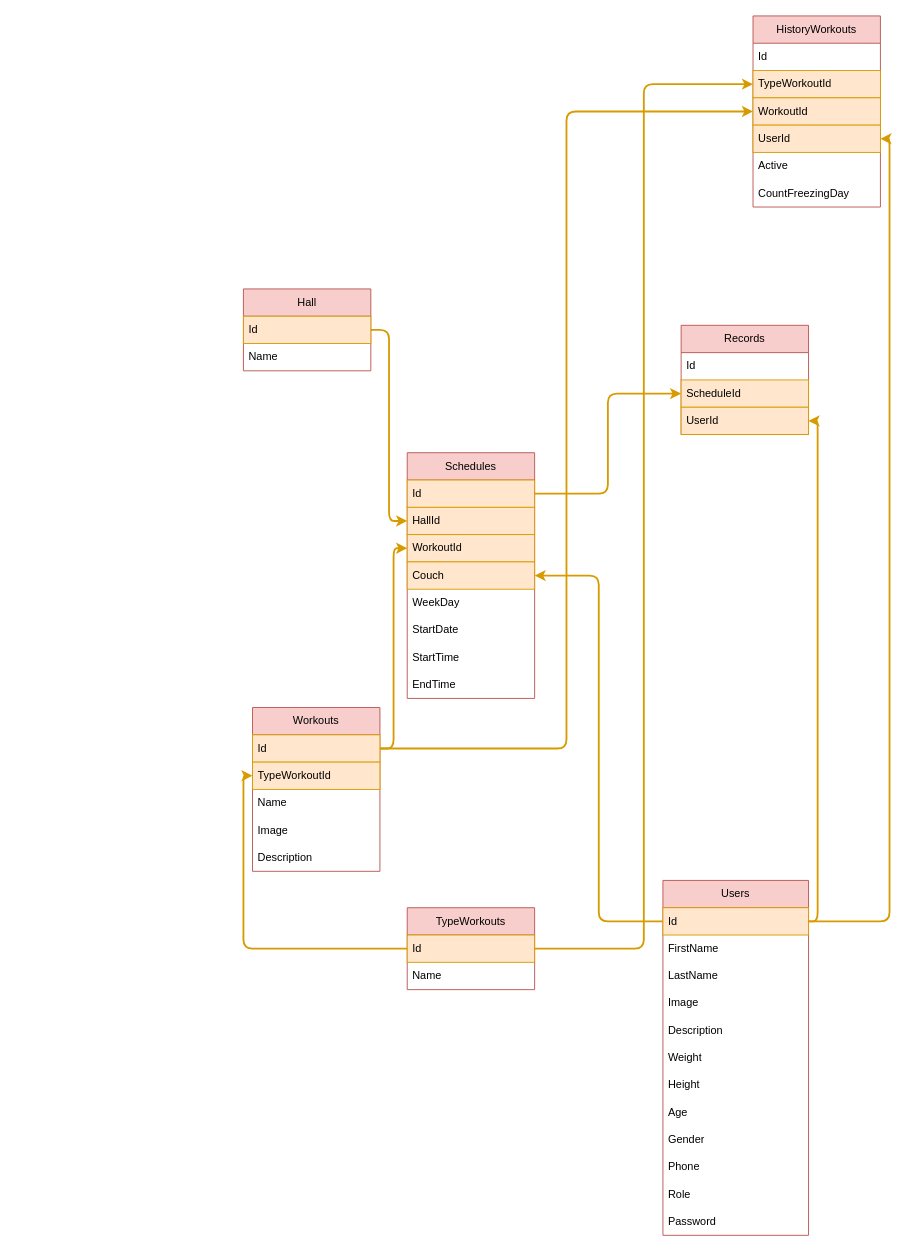
VyacheslavMironov/JALUR_API keeps this draw.io diagram as doc/application.drawio. Above is the earlier version. Source tidied: cells renumbered, new cells numbered last; positions are measured from the earlier drawing's top-left corner, leaving out a move shared by most shapes. Both pictures are drawn from the tidied source at 91%, with x=0, y=0 at pixel (243, 15).
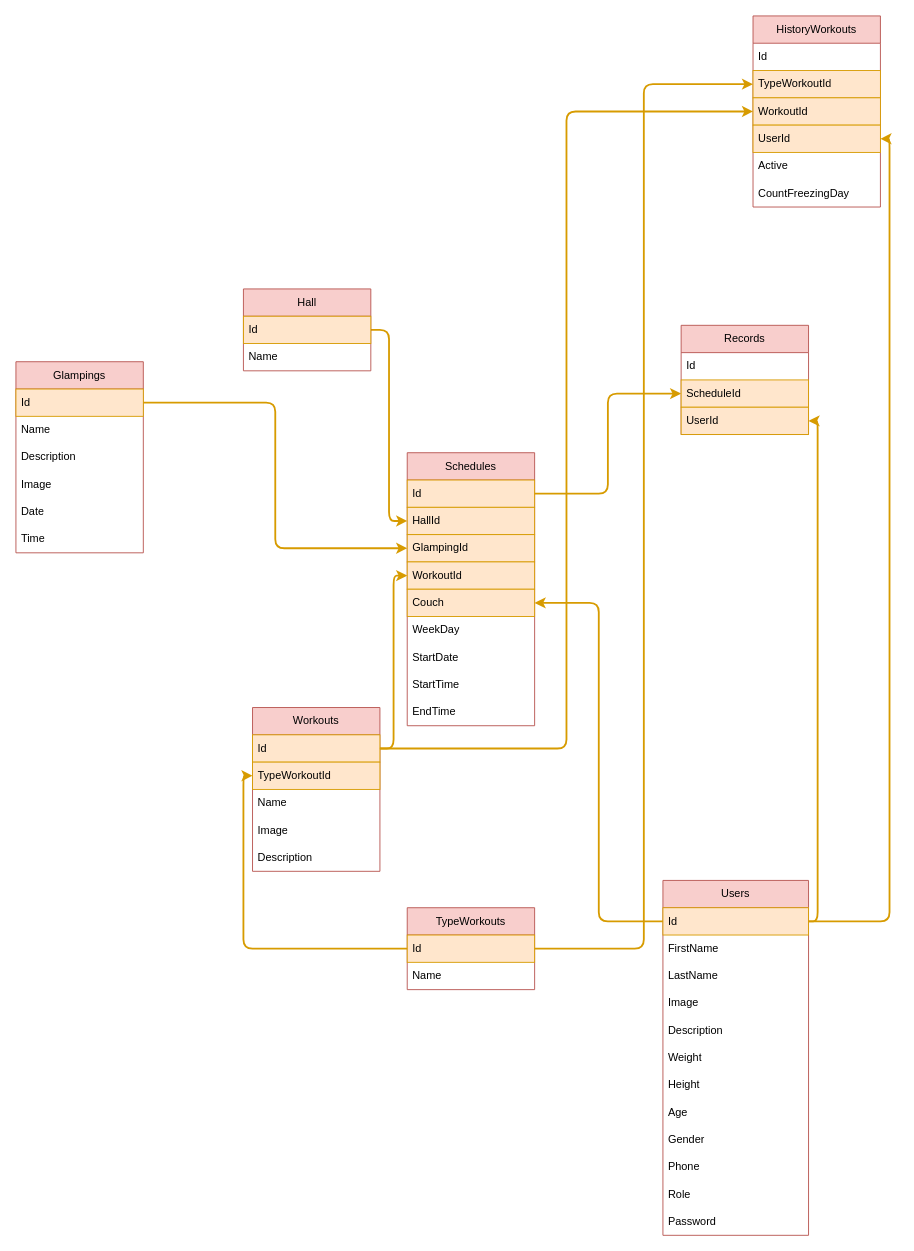
The same diagram, later.

What changed in the source:
```diff
@@
     <mxCell id="18" value="Schedules" style="swimlane;fontStyle=0;horizontal=1;startSize=30;whiteSpace=wrap;html=1;strokeWidth=1;fillColor=#f8cecc;strokeColor=#b85450;" parent="1" vertex="1">
-      <mxGeometry x="180" y="480" width="140" height="270" as="geometry" />
+      <mxGeometry x="180" y="480" width="140" height="300" as="geometry" />
     </mxCell>
@@
+    <mxCell id="56" value="GlampingId" style="text;strokeColor=#d79b00;fillColor=#ffe6cc;align=left;verticalAlign=middle;spacingLeft=4;spacingRight=4;overflow=hidden;points=[[0,0.5],[1,0.5]];portConstraint=eastwest;whiteSpace=wrap;html=1;strokeWidth=1;" parent="18" vertex="1">
+      <mxGeometry y="90" width="140" height="30" as="geometry" />
+    </mxCell>
     <mxCell id="21" value="WorkoutId" style="text;strokeColor=#d79b00;fillColor=#ffe6cc;align=left;verticalAlign=middle;spacingLeft=4;spacingRight=4;overflow=hidden;points=[[0,0.5],[1,0.5]];portConstraint=eastwest;whiteSpace=wrap;html=1;strokeWidth=1;" parent="18" vertex="1">
-      <mxGeometry y="90" width="140" height="30" as="geometry" />
+      <mxGeometry y="120" width="140" height="30" as="geometry" />
     </mxCell>
     <mxCell id="22" value="Couch" style="text;strokeColor=#d79b00;fillColor=#ffe6cc;align=left;verticalAlign=middle;spacingLeft=4;spacingRight=4;overflow=hidden;points=[[0,0.5],[1,0.5]];portConstraint=eastwest;whiteSpace=wrap;html=1;strokeWidth=1;" parent="18" vertex="1">
-      <mxGeometry y="120" width="140" height="30" as="geometry" />
+      <mxGeometry y="150" width="140" height="30" as="geometry" />
     </mxCell>
     <mxCell id="23" value="WeekDay" style="text;strokeColor=none;fillColor=none;align=left;verticalAlign=middle;spacingLeft=4;spacingRight=4;overflow=hidden;whiteSpace=wrap;html=1;strokeWidth=1;" parent="18" vertex="1">
-      <mxGeometry y="150" width="140" height="30" as="geometry" />
+      <mxGeometry y="180" width="140" height="30" as="geometry" />
     </mxCell>
     <mxCell id="24" value="StartDate" style="text;strokeColor=none;fillColor=none;align=left;verticalAlign=middle;spacingLeft=4;spacingRight=4;overflow=hidden;whiteSpace=wrap;html=1;strokeWidth=1;" parent="18" vertex="1">
-      <mxGeometry y="180" width="140" height="30" as="geometry" />
+      <mxGeometry y="210" width="140" height="30" as="geometry" />
     </mxCell>
     <mxCell id="25" value="StartTime" style="text;strokeColor=none;fillColor=none;align=left;verticalAlign=middle;spacingLeft=4;spacingRight=4;overflow=hidden;whiteSpace=wrap;html=1;strokeWidth=1;" parent="18" vertex="1">
-      <mxGeometry y="210" width="140" height="30" as="geometry" />
+      <mxGeometry y="240" width="140" height="30" as="geometry" />
     </mxCell>
     <mxCell id="26" value="EndTime" style="text;strokeColor=none;fillColor=none;align=left;verticalAlign=middle;spacingLeft=4;spacingRight=4;overflow=hidden;whiteSpace=wrap;html=1;strokeWidth=1;" parent="18" vertex="1">
-      <mxGeometry y="240" width="140" height="30" as="geometry" />
+      <mxGeometry y="270" width="140" height="30" as="geometry" />
     </mxCell>
@@
+    <mxCell id="57" value="Glampings" style="swimlane;fontStyle=0;horizontal=1;startSize=30;whiteSpace=wrap;html=1;strokeWidth=1;fillColor=#f8cecc;strokeColor=#b85450;" parent="1" vertex="1">
+      <mxGeometry x="-250" y="380" width="140" height="210" as="geometry" />
+    </mxCell>
+    <mxCell id="58" value="Id" style="text;strokeColor=#d79b00;fillColor=#ffe6cc;align=left;verticalAlign=middle;spacingLeft=4;spacingRight=4;overflow=hidden;points=[[0,0.5],[1,0.5]];portConstraint=eastwest;whiteSpace=wrap;html=1;strokeWidth=1;" parent="57" vertex="1">
+      <mxGeometry y="30" width="140" height="30" as="geometry" />
+    </mxCell>
+    <mxCell id="59" value="Name" style="text;strokeColor=none;fillColor=none;align=left;verticalAlign=middle;spacingLeft=4;spacingRight=4;overflow=hidden;whiteSpace=wrap;html=1;strokeWidth=1;" parent="57" vertex="1">
+      <mxGeometry y="60" width="140" height="30" as="geometry" />
+    </mxCell>
+    <mxCell id="60" value="Description" style="text;strokeColor=none;fillColor=none;align=left;verticalAlign=middle;spacingLeft=4;spacingRight=4;overflow=hidden;whiteSpace=wrap;html=1;strokeWidth=1;" parent="57" vertex="1">
+      <mxGeometry y="90" width="140" height="30" as="geometry" />
+    </mxCell>
+    <mxCell id="61" value="Image" style="text;strokeColor=none;fillColor=none;align=left;verticalAlign=middle;spacingLeft=4;spacingRight=4;overflow=hidden;whiteSpace=wrap;html=1;strokeWidth=1;" parent="57" vertex="1">
+      <mxGeometry y="120" width="140" height="30" as="geometry" />
+    </mxCell>
+    <mxCell id="62" value="Date" style="text;strokeColor=none;fillColor=none;align=left;verticalAlign=middle;spacingLeft=4;spacingRight=4;overflow=hidden;whiteSpace=wrap;html=1;strokeWidth=1;" parent="57" vertex="1">
+      <mxGeometry y="150" width="140" height="30" as="geometry" />
+    </mxCell>
+    <mxCell id="63" value="Time" style="text;strokeColor=none;fillColor=none;align=left;verticalAlign=middle;spacingLeft=4;spacingRight=4;overflow=hidden;whiteSpace=wrap;html=1;strokeWidth=1;" parent="57" vertex="1">
+      <mxGeometry y="180" width="140" height="30" as="geometry" />
+    </mxCell>
+    <mxCell id="64" style="edgeStyle=orthogonalEdgeStyle;html=1;exitX=1;exitY=0.5;exitDx=0;exitDy=0;entryX=0;entryY=0.5;entryDx=0;entryDy=0;strokeWidth=2;fillColor=#ffe6cc;strokeColor=#d79b00;" parent="1" edge="1" source="58" target="56">
+      <mxGeometry relative="1" as="geometry" />
+    </mxCell>
```
